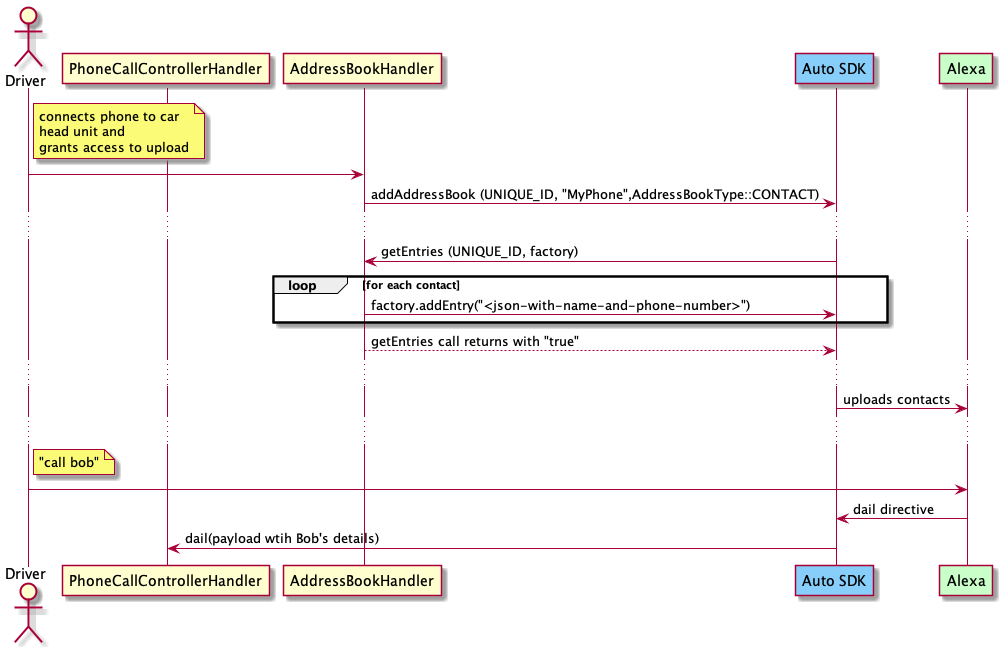
The PlantUML diagram modules/address-book/assets/upload_contacts.png in alexa/alexa-auto-sdk, before a commit. The source it was exported from:
```plantuml
@startuml

skinparam roundcorner 10
skinparam sequenceMessageAlign center
<style>
sequenceDiagram {
    .engine {
        BackgroundColor LightSkyBlue
        BorderColor CornflowerBlue
    }
    .avs {
        BackgroundColor TECHNOLOGY
        BorderColor Green
    }
}
</style>

actor Driver Order 10
participant PhoneCallControllerHandler  order 20
participant AddressBookHandler  order 30
participant "Auto SDK"  as AutoSDK  <<engine>> order 40
participant "Alexa" as Alexa <<avs>> order 50

note right of Driver
connects phone to car
head unit and
grants access to upload
end note

Driver -> AddressBookHandler
AddressBookHandler -> AutoSDK: addAddressBook (UNIQUE_ID, "MyPhone",AddressBookType::CONTACT)
...

AutoSDK -> AddressBookHandler: getEntries (UNIQUE_ID, factory)
loop for each contact
AddressBookHandler -> AutoSDK: factory.addEntry("<json-with-name-and-phone-number>")
end

AddressBookHandler --> AutoSDK: getEntries call returns with "true"
...
AutoSDK -> Alexa: uploads contacts
...

note right of Driver
"call bob"
end note

Driver -> Alexa

Alexa -> AutoSDK: dail directive

AutoSDK -> PhoneCallControllerHandler: dail(payload wtih Bob's details)

@enduml
```
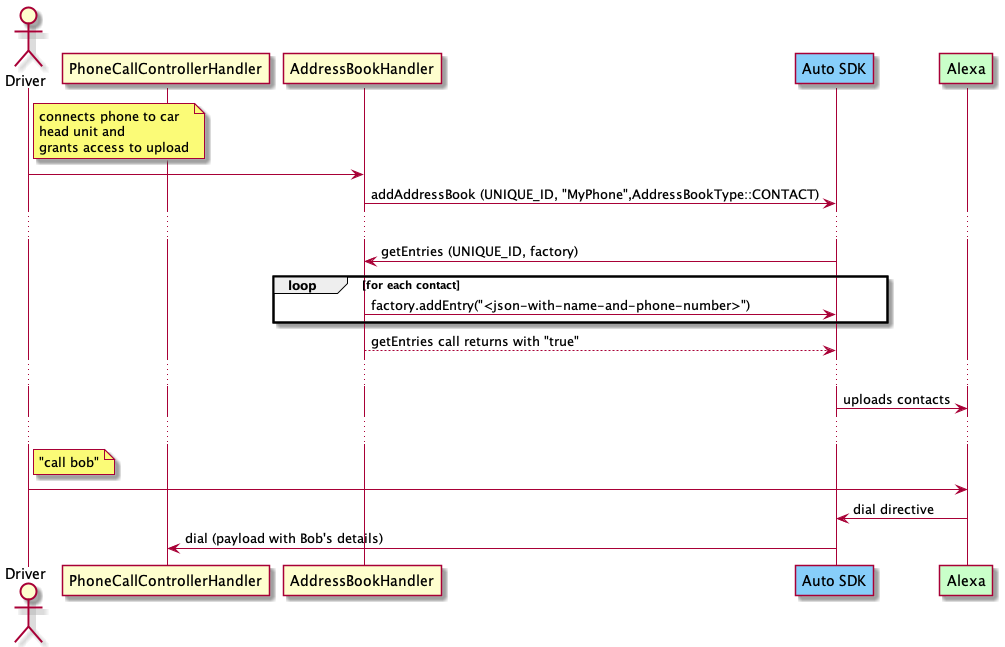
Later version of the same file.

The edit, as a diff of the source:
```diff
@@ -47,8 +47,8 @@
 
 Driver -> Alexa
 
-Alexa -> AutoSDK: dail directive
+Alexa -> AutoSDK: dial directive
 
-AutoSDK -> PhoneCallControllerHandler: dail(payload wtih Bob's details)
+AutoSDK -> PhoneCallControllerHandler: dial (payload with Bob's details)
 
 @enduml
```
